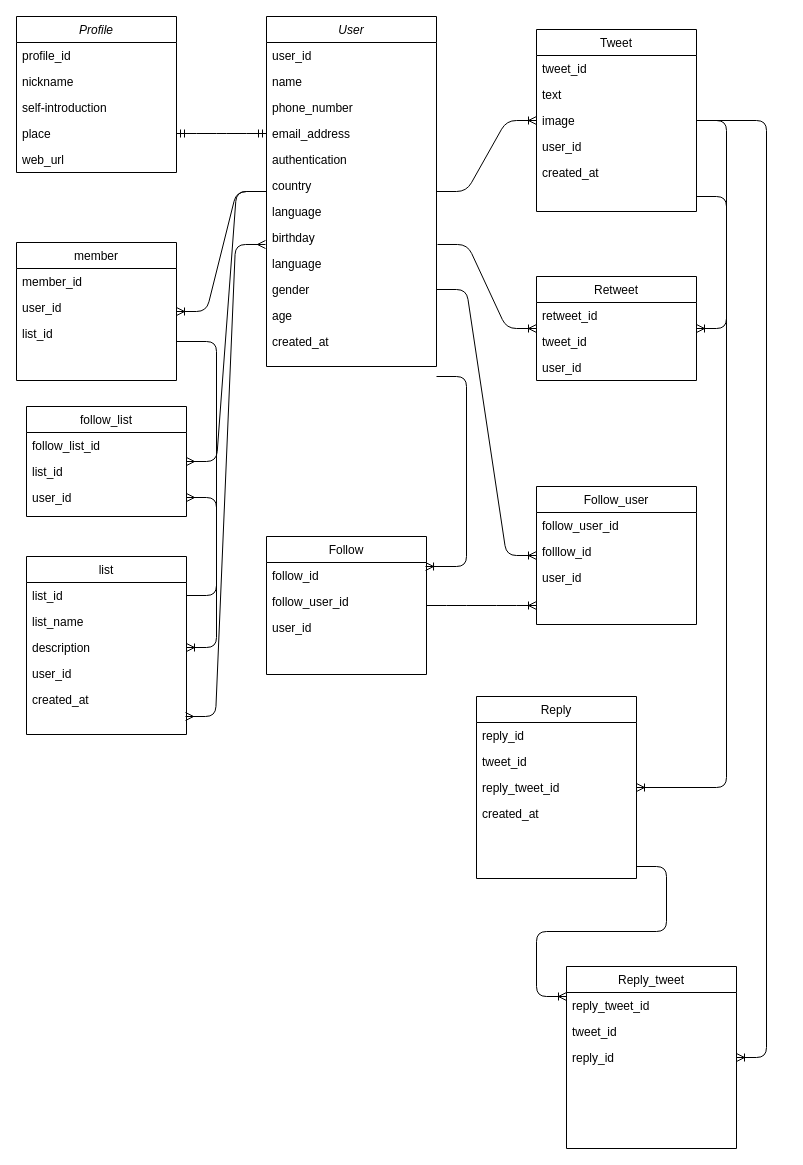
Above: Twitter_ER_diagrams.drawio in ShotaTsuru/ruby-practices (draw.io), before the change. Source tidied: cells renumbered, new cells numbered last; positions are measured from the earlier drawing's top-left corner, leaving out a move shared by most shapes. Both pictures are drawn from the tidied source at 100%, with x=0, y=0 at pixel (16, 16).
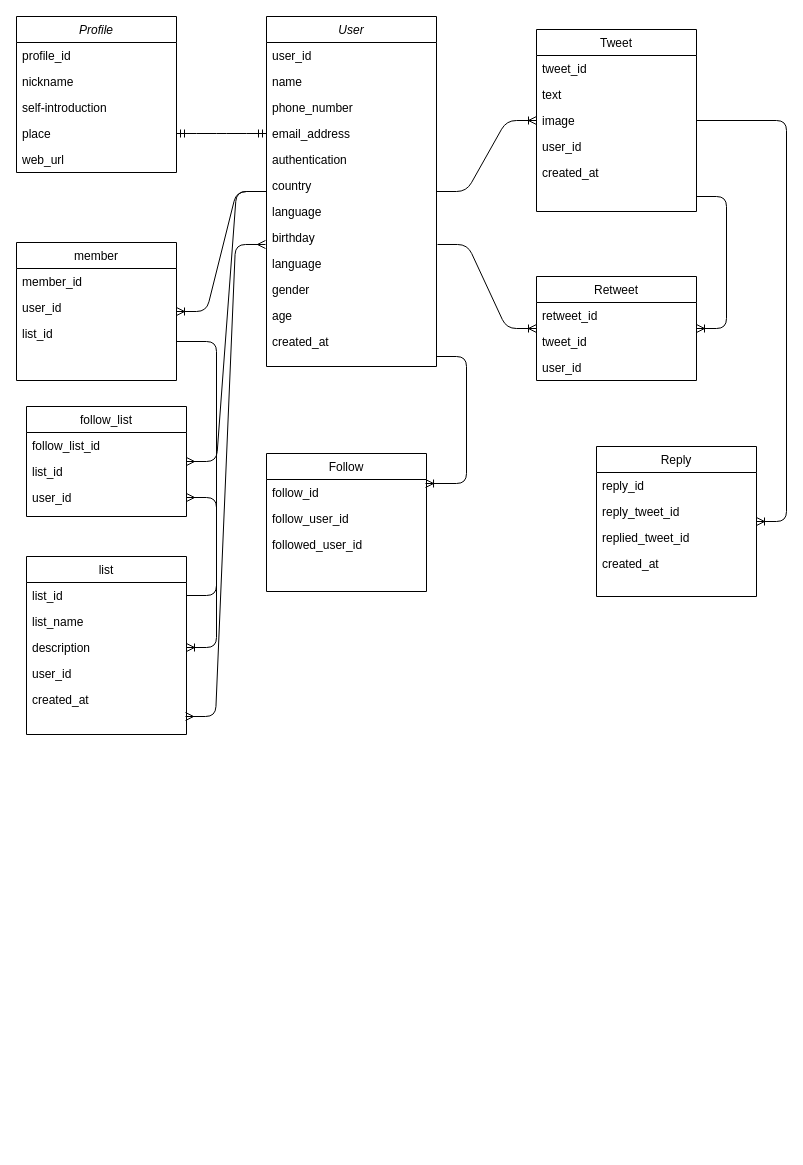
After the change.

Unchanged cells that the change refers to:
```xml
<mxCell id="17" value="Tweet" style="swimlane;fontStyle=0;align=center;verticalAlign=top;horizontal=1;startSize=26;rounded=0;shadow=0;strokeWidth=1;" parent="1" vertex="1">
  <mxGeometry x="520" y="13" width="160" height="182" as="geometry" />
</mxCell>
<mxCell id="33" value="gender" style="text;align=left;verticalAlign=top;spacingLeft=4;spacingRight=4;overflow=hidden;points=[[0,0.5],[1,0.5]];portConstraint=eastwest;" parent="23" vertex="1">
  <mxGeometry y="260" width="170" height="26" as="geometry" />
</mxCell>
<mxCell id="51" value="follow_id" style="text;align=left;verticalAlign=top;spacingLeft=4;spacingRight=4;overflow=hidden;points=[[0,0.5],[1,0.5]];portConstraint=eastwest;" parent="50" vertex="1">
  <mxGeometry y="26" width="160" height="26" as="geometry" />
</mxCell>
```

Change to the diagram source:
```diff
@@
     <mxCell id="8" value="Reply" style="swimlane;fontStyle=0;align=center;verticalAlign=top;horizontal=1;startSize=26;rounded=0;shadow=0;strokeWidth=1;" parent="1" vertex="1">
-      <mxGeometry x="460" y="680" width="160" height="182" as="geometry" />
+      <mxGeometry x="580" y="430" width="160" height="150" as="geometry" />
     </mxCell>
@@
-    <mxCell id="10" value="tweet_id" style="text;align=left;verticalAlign=top;spacingLeft=4;spacingRight=4;overflow=hidden;rounded=0;shadow=0;html=0;" parent="8" vertex="1">
+    <mxCell id="10" value="reply_tweet_id" style="text;align=left;verticalAlign=top;spacingLeft=4;spacingRight=4;overflow=hidden;rounded=0;shadow=0;html=0;" parent="8" vertex="1">
       <mxGeometry y="52" width="160" height="26" as="geometry" />
     </mxCell>
-    <mxCell id="11" value="reply_tweet_id" style="text;align=left;verticalAlign=top;spacingLeft=4;spacingRight=4;overflow=hidden;rounded=0;shadow=0;html=0;" parent="8" vertex="1">
+    <mxCell id="11" value="replied_tweet_id" style="text;align=left;verticalAlign=top;spacingLeft=4;spacingRight=4;overflow=hidden;rounded=0;shadow=0;html=0;" parent="8" vertex="1">
       <mxGeometry y="78" width="160" height="26" as="geometry" />
     </mxCell>
@@
     <mxCell id="50" value="Follow" style="swimlane;fontStyle=0;align=center;verticalAlign=top;horizontal=1;startSize=26;rounded=0;shadow=0;strokeWidth=1;" parent="1" vertex="1">
-      <mxGeometry x="250" y="520" width="160" height="138" as="geometry" />
+      <mxGeometry x="250" y="437" width="160" height="138" as="geometry" />
     </mxCell>
@@
-    <mxCell id="53" value="user_id" style="text;align=left;verticalAlign=top;spacingLeft=4;spacingRight=4;overflow=hidden;rounded=0;shadow=0;html=0;" parent="50" vertex="1">
+    <mxCell id="53" value="followed_user_id" style="text;align=left;verticalAlign=top;spacingLeft=4;spacingRight=4;overflow=hidden;rounded=0;shadow=0;html=0;" parent="50" vertex="1">
       <mxGeometry y="78" width="160" height="26" as="geometry" />
     </mxCell>
-    <mxCell id="54" value="Follow_user" style="swimlane;fontStyle=0;align=center;verticalAlign=top;horizontal=1;startSize=26;rounded=0;shadow=0;strokeWidth=1;swimlaneFillColor=none;" parent="1" vertex="1">
-      <mxGeometry x="520" y="470" width="160" height="138" as="geometry" />
-    </mxCell>
-    <mxCell id="55" value="follow_user_id" style="text;align=left;verticalAlign=top;spacingLeft=4;spacingRight=4;overflow=hidden;" parent="54" vertex="1">
-      <mxGeometry y="26" width="160" height="26" as="geometry" />
-    </mxCell>
-    <mxCell id="56" value="folllow_id" style="text;align=left;verticalAlign=top;spacingLeft=4;spacingRight=4;overflow=hidden;rounded=0;shadow=0;html=0;" parent="54" vertex="1">
-      <mxGeometry y="52" width="160" height="26" as="geometry" />
-    </mxCell>
-    <mxCell id="57" value="user_id" style="text;align=left;verticalAlign=top;spacingLeft=4;spacingRight=4;overflow=hidden;rounded=0;shadow=0;html=0;" parent="54" vertex="1">
-      <mxGeometry y="78" width="160" height="26" as="geometry" />
-    </mxCell>
     <mxCell id="58" style="edgeStyle=entityRelationEdgeStyle;fontSize=12;html=1;endArrow=ERoneToMany;entryX=0.994;entryY=0.154;entryDx=0;entryDy=0;entryPerimeter=0;" parent="1" edge="1" target="51">
       <mxGeometry relative="1" as="geometry">
-        <mxPoint x="420" y="360" as="sourcePoint" />
+        <mxPoint x="420" y="340" as="sourcePoint" />
       </mxGeometry>
     </mxCell>
-    <mxCell id="59" style="edgeStyle=entityRelationEdgeStyle;fontSize=12;html=1;endArrow=ERoneToMany;exitX=1;exitY=0.5;exitDx=0;exitDy=0;" parent="1" edge="1" source="33" target="54">
-      <mxGeometry relative="1" as="geometry" />
-    </mxCell>
@@
-    <mxCell id="64" style="edgeStyle=entityRelationEdgeStyle;fontSize=12;html=1;endArrow=ERoneToMany;" parent="1" edge="1" source="50">
-      <mxGeometry relative="1" as="geometry">
-        <mxPoint x="520" y="589" as="targetPoint" />
-      </mxGeometry>
-    </mxCell>
-    <mxCell id="65" value="Reply_tweet" style="swimlane;fontStyle=0;align=center;verticalAlign=top;horizontal=1;startSize=26;rounded=0;shadow=0;strokeWidth=1;" parent="1" vertex="1">
-      <mxGeometry x="550" y="950" width="170" height="182" as="geometry" />
-    </mxCell>
-    <mxCell id="66" value="reply_tweet_id" style="text;align=left;verticalAlign=top;spacingLeft=4;spacingRight=4;overflow=hidden;rounded=0;shadow=0;html=0;" parent="65" vertex="1">
-      <mxGeometry y="26" width="170" height="26" as="geometry" />
-    </mxCell>
-    <mxCell id="67" value="tweet_id" style="text;align=left;verticalAlign=top;spacingLeft=4;spacingRight=4;overflow=hidden;rounded=0;shadow=0;html=0;" parent="65" vertex="1">
-      <mxGeometry y="52" width="170" height="26" as="geometry" />
-    </mxCell>
-    <mxCell id="68" value="reply_id" style="text;align=left;verticalAlign=top;spacingLeft=4;spacingRight=4;overflow=hidden;" parent="65" vertex="1">
-      <mxGeometry y="78" width="170" height="26" as="geometry" />
-    </mxCell>
-    <mxCell id="69" style="edgeStyle=entityRelationEdgeStyle;fontSize=12;html=1;endArrow=ERoneToMany;" parent="1" edge="1" source="17" target="65">
-      <mxGeometry relative="1" as="geometry" />
-    </mxCell>
-    <mxCell id="70" style="edgeStyle=entityRelationEdgeStyle;fontSize=12;html=1;endArrow=ERoneToMany;" parent="1" edge="1">
-      <mxGeometry relative="1" as="geometry">
-        <mxPoint x="620" y="850" as="sourcePoint" />
-        <mxPoint x="550" y="980" as="targetPoint" />
-      </mxGeometry>
-    </mxCell>
```
